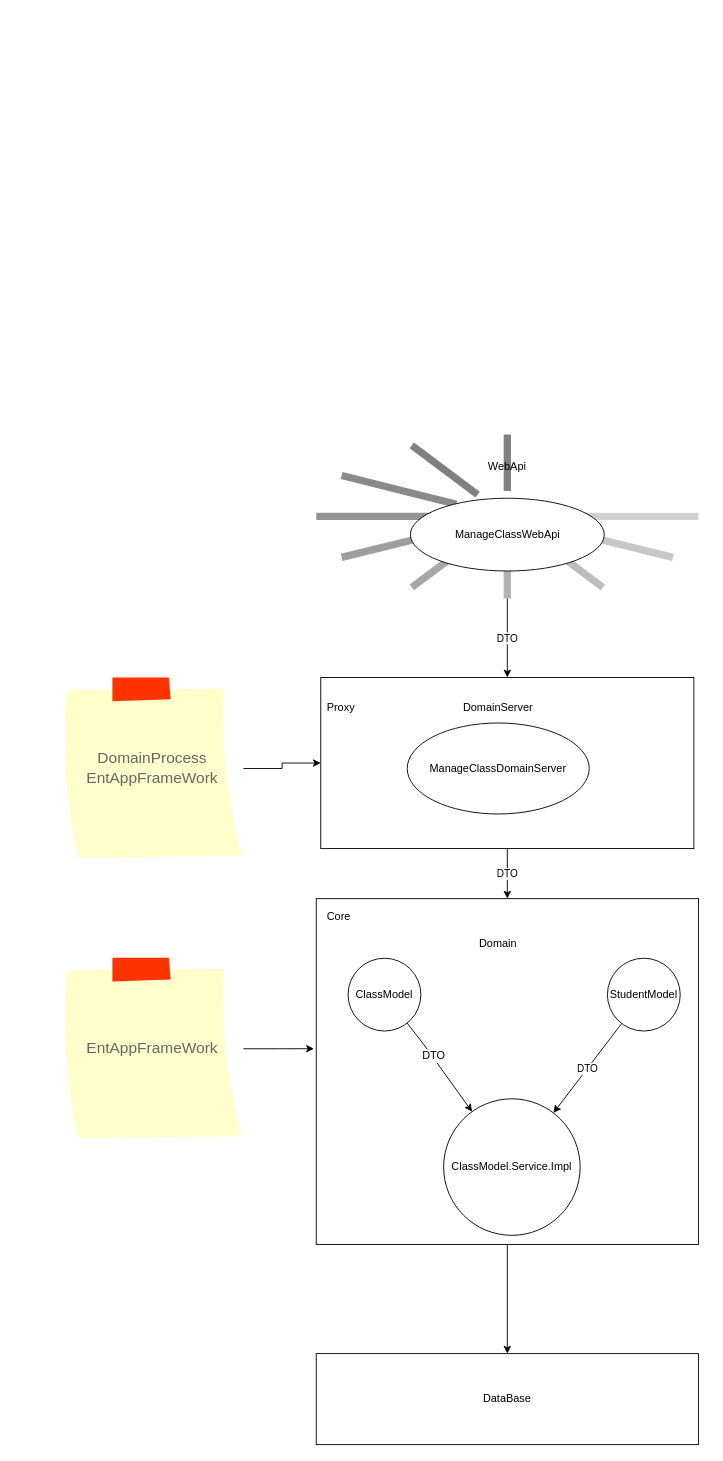
This is manageclass.drawio from fafagb/HexFutureDemo, a draw.io file, before an edit. Source tidied: cells renumbered, new cells numbered last; positions are measured from the earlier drawing's top-left corner, leaving out a move shared by most shapes. Both pictures are drawn from the tidied source at 91%, with x=0, y=0 at pixel (61, 434).
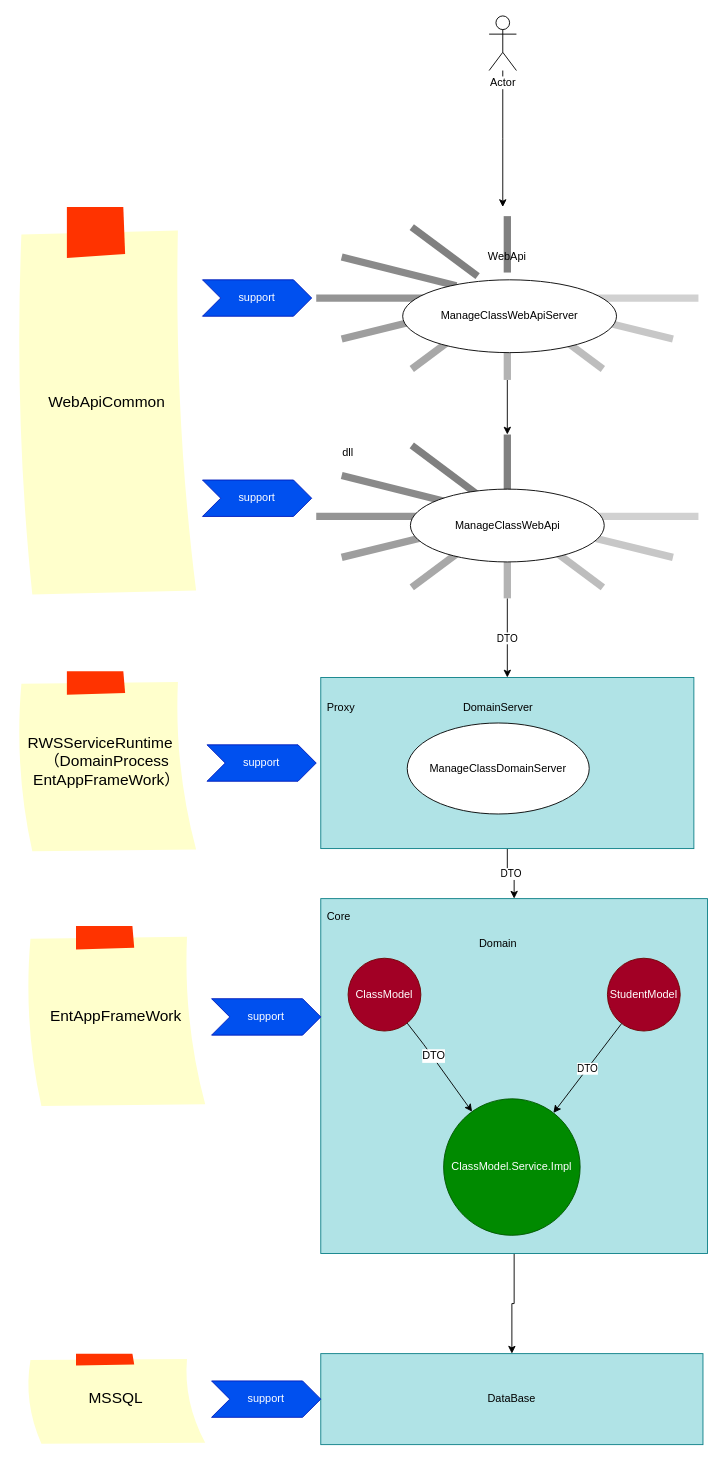
The same diagram, later.

Diff of the diagram source:
```diff
@@
-    <mxCell id="3" style="rounded=0;whiteSpace=wrap;html=1;" parent="1" vertex="1">
-      <mxGeometry x="280" y="510" width="420" height="380" as="geometry" />
+    <mxCell id="3" style="rounded=0;whiteSpace=wrap;html=1;fillColor=#b0e3e6;strokeColor=#0e8088;" parent="1" vertex="1">
+      <mxGeometry x="285" y="510" width="425" height="390" as="geometry" />
     </mxCell>
-    <mxCell id="4" value="StudentModel" style="ellipse;whiteSpace=wrap;html=1;" parent="1" vertex="1">
+    <mxCell id="4" value="StudentModel" style="ellipse;whiteSpace=wrap;html=1;fillColor=#a20025;strokeColor=#6F0000;fontColor=#ffffff;" parent="1" vertex="1">
       <mxGeometry x="600" y="575.5" width="80" height="80" as="geometry" />
     </mxCell>
-    <mxCell id="5" value="ClassModel" style="ellipse;whiteSpace=wrap;html=1;" parent="1" vertex="1">
+    <mxCell id="5" value="ClassModel" style="ellipse;whiteSpace=wrap;html=1;fillColor=#a20025;strokeColor=#6F0000;fontColor=#ffffff;" parent="1" vertex="1">
       <mxGeometry x="315" y="575.5" width="80" height="80" as="geometry" />
     </mxCell>
@@
-    <mxCell id="7" value="DataBase" style="rounded=0;whiteSpace=wrap;html=1;" parent="1" vertex="1">
-      <mxGeometry x="280" y="1010" width="420" height="100" as="geometry" />
+    <mxCell id="7" value="DataBase" style="rounded=0;whiteSpace=wrap;html=1;fillColor=#b0e3e6;strokeColor=#0e8088;" parent="1" vertex="1">
+      <mxGeometry x="285" y="1010" width="420" height="100" as="geometry" />
     </mxCell>
-    <mxCell id="8" value="ClassModel.Service.Impl&lt;br&gt;" style="ellipse;whiteSpace=wrap;html=1;" parent="1" vertex="1">
+    <mxCell id="8" value="ClassModel.Service.Impl&lt;br&gt;" style="ellipse;whiteSpace=wrap;html=1;fillColor=#008a00;strokeColor=#005700;fontColor=#ffffff;" parent="1" vertex="1">
       <mxGeometry x="420" y="730" width="150" height="150" as="geometry" />
     </mxCell>
@@
-    <mxCell id="13" style="rounded=0;whiteSpace=wrap;html=1;" parent="1" vertex="1">
+    <mxCell id="13" style="rounded=0;whiteSpace=wrap;html=1;fillColor=#b0e3e6;strokeColor=#0e8088;" parent="1" vertex="1">
       <mxGeometry x="285" y="267" width="410" height="188" as="geometry" />
     </mxCell>
@@
-    <mxCell id="18" style="edgeStyle=orthogonalEdgeStyle;rounded=0;jettySize=auto;html=1;entryX=0;entryY=0.5;entryDx=0;entryDy=0;" parent="1" edge="1" source="19" target="13">
-      <mxGeometry relative="1" as="geometry" />
-    </mxCell>
-    <mxCell id="19" value="DomainProcess&lt;br&gt;EntAppFrameWork&lt;br&gt;" style="strokeWidth=1;shadow=0;dashed=0;align=center;html=1;shape=mxgraph.mockup.text.stickyNote;fontColor=#666666;mainText=;fontSize=17;whiteSpace=wrap;" parent="1" vertex="1">
-      <mxGeometry y="267" width="200" height="200" as="geometry" />
+    <mxCell id="19" value="RWSServiceRuntime&amp;nbsp; &amp;nbsp; （DomainProcess&lt;br&gt;&amp;nbsp; &amp;nbsp;EntAppFrameWork）&amp;nbsp; &amp;nbsp;" style="strokeWidth=1;shadow=0;dashed=0;align=center;html=1;shape=mxgraph.mockup.text.stickyNote;mainText=;fontSize=17;whiteSpace=wrap;fillColor=#f8cecc;strokeColor=#b85450;" parent="1" vertex="1">
+      <mxGeometry x="-50" y="260" width="200" height="200" as="geometry" />
     </mxCell>
-    <mxCell id="20" style="edgeStyle=orthogonalEdgeStyle;rounded=0;jettySize=auto;html=1;entryX=-0.006;entryY=0.434;entryDx=0;entryDy=0;entryPerimeter=0;" parent="1" edge="1" source="21" target="3">
-      <mxGeometry relative="1" as="geometry" />
-    </mxCell>
-    <mxCell id="21" value="EntAppFrameWork" style="strokeWidth=1;shadow=0;dashed=0;align=center;html=1;shape=mxgraph.mockup.text.stickyNote;fontColor=#666666;mainText=;fontSize=17;whiteSpace=wrap;" parent="1" vertex="1">
-      <mxGeometry y="575" width="200" height="200" as="geometry" />
+    <mxCell id="21" value="EntAppFrameWork" style="strokeWidth=1;shadow=0;dashed=0;align=center;html=1;shape=mxgraph.mockup.text.stickyNote;mainText=;fontSize=17;whiteSpace=wrap;fillColor=#f8cecc;strokeColor=#b85450;" parent="1" vertex="1">
+      <mxGeometry x="-40" y="540" width="200" height="200" as="geometry" />
     </mxCell>
@@
-    <mxCell id="23" style="verticalLabelPosition=bottom;shadow=0;dashed=0;align=center;html=1;verticalAlign=top;strokeWidth=1;shape=mxgraph.mockup.misc.loading_circle_2;" parent="1" vertex="1">
+    <mxCell id="23" style="verticalLabelPosition=bottom;shadow=0;dashed=0;align=center;html=1;verticalAlign=top;strokeWidth=1;shape=mxgraph.mockup.misc.loading_circle_2;fillColor=#b0e3e6;strokeColor=#0e8088;" parent="1" vertex="1">
       <mxGeometry x="280" width="420" height="180" as="geometry" />
     </mxCell>
+    <mxCell id="25" value="ManageClassWebApi" style="ellipse;whiteSpace=wrap;html=1;" parent="1" vertex="1">
+      <mxGeometry x="383.5" y="60" width="213" height="80" as="geometry" />
+    </mxCell>
+    <mxCell id="26" value="support" style="shape=step;perimeter=stepPerimeter;whiteSpace=wrap;html=1;fixedSize=1;fillColor=#0050ef;strokeColor=#001DBC;fontColor=#ffffff;" parent="1" vertex="1">
+      <mxGeometry x="165" y="620" width="120" height="40" as="geometry" />
+    </mxCell>
+    <mxCell id="27" value="support" style="shape=step;perimeter=stepPerimeter;whiteSpace=wrap;html=1;fixedSize=1;fillColor=#0050ef;strokeColor=#001DBC;fontColor=#ffffff;" parent="1" vertex="1">
+      <mxGeometry x="160" y="341" width="120" height="40" as="geometry" />
+    </mxCell>
+    <mxCell id="28" style="edgeStyle=orthogonalEdgeStyle;rounded=0;jettySize=auto;html=1;entryX=0.5;entryY=0;entryDx=0;entryDy=0;" parent="1" edge="1" source="29" target="23">
+      <mxGeometry relative="1" as="geometry" />
+    </mxCell>
+    <mxCell id="29" style="verticalLabelPosition=bottom;shadow=0;dashed=0;align=center;html=1;verticalAlign=top;strokeWidth=1;shape=mxgraph.mockup.misc.loading_circle_2;fillColor=#b0e3e6;strokeColor=#0e8088;" parent="1" vertex="1">
+      <mxGeometry x="280" y="-240" width="420" height="180" as="geometry" />
+    </mxCell>
     <mxCell id="24" value="WebApi" style="text;html=1;strokeColor=none;fillColor=none;align=center;verticalAlign=middle;whiteSpace=wrap;rounded=0;" parent="1" vertex="1">
-      <mxGeometry x="470" y="20" width="40" height="30" as="geometry" />
+      <mxGeometry x="470" y="-210" width="40" height="30" as="geometry" />
     </mxCell>
-    <mxCell id="25" value="ManageClassWebApi" style="ellipse;whiteSpace=wrap;html=1;" parent="1" vertex="1">
-      <mxGeometry x="383.5" y="70" width="213" height="80" as="geometry" />
-    </mxCell>
+    <mxCell id="30" value="ManageClassWebApiServer" style="ellipse;whiteSpace=wrap;html=1;" parent="1" vertex="1">
+      <mxGeometry x="375" y="-170" width="235" height="80" as="geometry" />
+    </mxCell>
+    <mxCell id="31" value="WebApiCommon" style="strokeWidth=1;shadow=0;dashed=0;align=center;html=1;shape=mxgraph.mockup.text.stickyNote;mainText=;fontSize=17;whiteSpace=wrap;fillColor=#f8cecc;strokeColor=#b85450;" parent="1" vertex="1">
+      <mxGeometry x="-50" y="-250" width="200" height="430" as="geometry" />
+    </mxCell>
+    <mxCell id="32" value="support" style="shape=step;perimeter=stepPerimeter;whiteSpace=wrap;html=1;fixedSize=1;fillColor=#0050ef;strokeColor=#001DBC;fontColor=#ffffff;" parent="1" vertex="1">
+      <mxGeometry x="155" y="-170" width="120" height="40" as="geometry" />
+    </mxCell>
+    <mxCell id="33" value="support" style="shape=step;perimeter=stepPerimeter;whiteSpace=wrap;html=1;fixedSize=1;fillColor=#0050ef;strokeColor=#001DBC;fontColor=#ffffff;" parent="1" vertex="1">
+      <mxGeometry x="155" y="50" width="120" height="40" as="geometry" />
+    </mxCell>
+    <mxCell id="34" style="edgeStyle=orthogonalEdgeStyle;rounded=0;jettySize=auto;html=1;" parent="1" edge="1" source="35">
+      <mxGeometry relative="1" as="geometry">
+        <mxPoint x="485" y="-250" as="targetPoint" />
+      </mxGeometry>
+    </mxCell>
+    <mxCell id="35" value="Actor" style="shape=umlActor;verticalLabelPosition=bottom;labelBackgroundColor=#ffffff;verticalAlign=top;html=1;outlineConnect=0;" parent="1" vertex="1">
+      <mxGeometry x="470" y="-460" width="30" height="60" as="geometry" />
+    </mxCell>
+    <mxCell id="36" value="dll" style="text;html=1;strokeColor=none;fillColor=none;align=center;verticalAlign=middle;whiteSpace=wrap;rounded=0;" parent="1" vertex="1">
+      <mxGeometry x="295" y="10" width="40" height="20" as="geometry" />
+    </mxCell>
+    <mxCell id="37" value="MSSQL" style="strokeWidth=1;shadow=0;dashed=0;align=center;html=1;shape=mxgraph.mockup.text.stickyNote;mainText=;fontSize=17;whiteSpace=wrap;fillColor=#f8cecc;strokeColor=#b85450;" parent="1" vertex="1">
+      <mxGeometry x="-40" y="1010" width="200" height="100" as="geometry" />
+    </mxCell>
+    <mxCell id="38" value="support" style="shape=step;perimeter=stepPerimeter;whiteSpace=wrap;html=1;fixedSize=1;fillColor=#0050ef;strokeColor=#001DBC;fontColor=#ffffff;" parent="1" vertex="1">
+      <mxGeometry x="165" y="1040" width="120" height="40" as="geometry" />
+    </mxCell>
```
